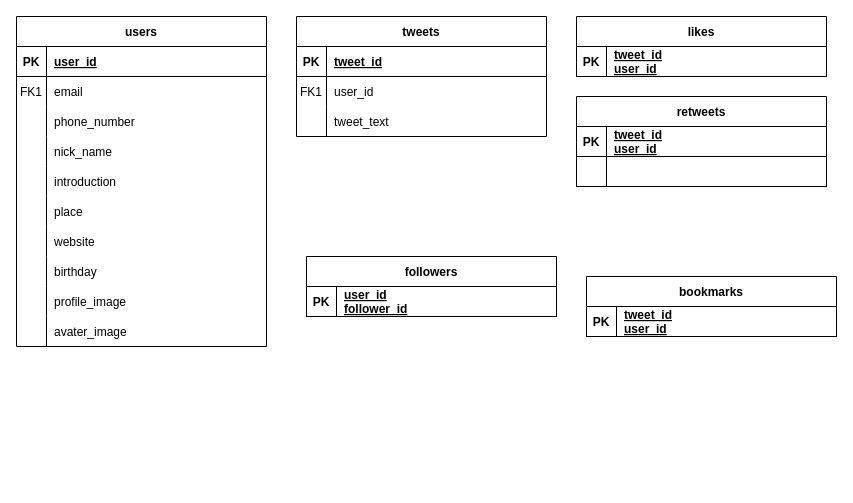
Before: twitter_draft.drawio in hie3-336/ER-draw.io, a draw.io diagram. Source tidied: cells renumbered, new cells numbered last; positions are measured from the earlier drawing's top-left corner, leaving out a move shared by most shapes. Both pictures are drawn from the tidied source at 100%, with x=0, y=0 at pixel (16, 16).
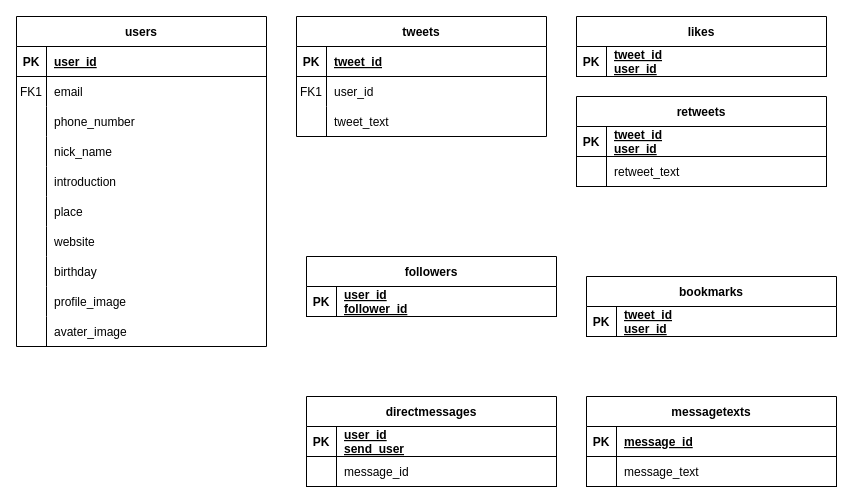
The same page after the edit.

Commit message:
twitter_draft.drawio を更新します

Unchanged cells that the change refers to:
```xml
<mxCell id="51" style="shape=partialRectangle;fillColor=none;top=0;left=0;right=0;bottom=1;" parent="47" vertex="1">
  <mxGeometry y="60" width="250" height="30" as="geometry" />
</mxCell>
```

Diff of the diagram source:
```diff
@@
-    <mxCell id="53" style="shape=partialRectangle;overflow=hidden;fillColor=none;top=0;left=0;bottom=0;right=0;align=left;spacingLeft=6;fontStyle=5;" parent="51" vertex="1">
+    <mxCell id="53" value="retweet_text" style="shape=partialRectangle;overflow=hidden;fillColor=none;top=0;left=0;bottom=0;right=0;align=left;spacingLeft=6;fontStyle=0;strokeColor=inherit;" parent="51" vertex="1">
       <mxGeometry x="30" width="220" height="30" as="geometry" />
     </mxCell>
@@
+    <mxCell id="62" value="directmessages" style="shape=table;startSize=30;childLayout=tableLayout;rowLines=0;fontStyle=1;align=center;" parent="1" vertex="1">
+      <mxGeometry x="290" y="380" width="250" height="90" as="geometry" />
+    </mxCell>
+    <mxCell id="63" style="shape=partialRectangle;fillColor=none;top=0;left=0;right=0;bottom=1;" parent="62" vertex="1">
+      <mxGeometry y="30" width="250" height="30" as="geometry" />
+    </mxCell>
+    <mxCell id="64" value="PK" style="shape=partialRectangle;overflow=hidden;fillColor=none;top=0;left=0;bottom=0;right=0;fontStyle=1;" parent="63" vertex="1">
+      <mxGeometry width="30" height="30" as="geometry" />
+    </mxCell>
+    <mxCell id="65" value="user_id&#10;send_user" style="shape=partialRectangle;overflow=hidden;fillColor=none;top=0;left=0;bottom=0;right=0;align=left;spacingLeft=6;fontStyle=5;" parent="63" vertex="1">
+      <mxGeometry x="30" width="220" height="30" as="geometry" />
+    </mxCell>
+    <mxCell id="66" style="shape=partialRectangle;fillColor=none;top=0;left=0;right=0;bottom=1;" parent="62" vertex="1">
+      <mxGeometry y="60" width="250" height="30" as="geometry" />
+    </mxCell>
+    <mxCell id="67" style="shape=partialRectangle;overflow=hidden;fillColor=none;top=0;left=0;bottom=0;right=0;fontStyle=1;" parent="66" vertex="1">
+      <mxGeometry width="30" height="30" as="geometry" />
+    </mxCell>
+    <mxCell id="68" value="message_id" style="shape=partialRectangle;overflow=hidden;fillColor=none;top=0;left=0;bottom=0;right=0;align=left;spacingLeft=6;fontStyle=0;" parent="66" vertex="1">
+      <mxGeometry x="30" width="220" height="30" as="geometry" />
+    </mxCell>
+    <mxCell id="69" value="messagetexts" style="shape=table;startSize=30;childLayout=tableLayout;rowLines=0;fontStyle=1;align=center;" parent="1" vertex="1">
+      <mxGeometry x="570" y="380" width="250" height="90" as="geometry" />
+    </mxCell>
+    <mxCell id="70" style="shape=partialRectangle;fillColor=none;top=0;left=0;right=0;bottom=1;" parent="69" vertex="1">
+      <mxGeometry y="30" width="250" height="30" as="geometry" />
+    </mxCell>
+    <mxCell id="71" value="PK" style="shape=partialRectangle;overflow=hidden;fillColor=none;top=0;left=0;bottom=0;right=0;fontStyle=1;" parent="70" vertex="1">
+      <mxGeometry width="30" height="30" as="geometry" />
+    </mxCell>
+    <mxCell id="72" value="message_id" style="shape=partialRectangle;overflow=hidden;fillColor=none;top=0;left=0;bottom=0;right=0;align=left;spacingLeft=6;fontStyle=5;" parent="70" vertex="1">
+      <mxGeometry x="30" width="220" height="30" as="geometry" />
+    </mxCell>
+    <mxCell id="73" style="shape=partialRectangle;fillColor=none;top=0;left=0;right=0;bottom=1;" parent="69" vertex="1">
+      <mxGeometry y="60" width="250" height="30" as="geometry" />
+    </mxCell>
+    <mxCell id="74" style="shape=partialRectangle;overflow=hidden;fillColor=none;top=0;left=0;bottom=0;right=0;fontStyle=1;" parent="73" vertex="1">
+      <mxGeometry width="30" height="30" as="geometry" />
+    </mxCell>
+    <mxCell id="75" value="message_text" style="shape=partialRectangle;overflow=hidden;fillColor=none;top=0;left=0;bottom=0;right=0;align=left;spacingLeft=6;fontStyle=0;" parent="73" vertex="1">
+      <mxGeometry x="30" width="220" height="30" as="geometry" />
+    </mxCell>
```
